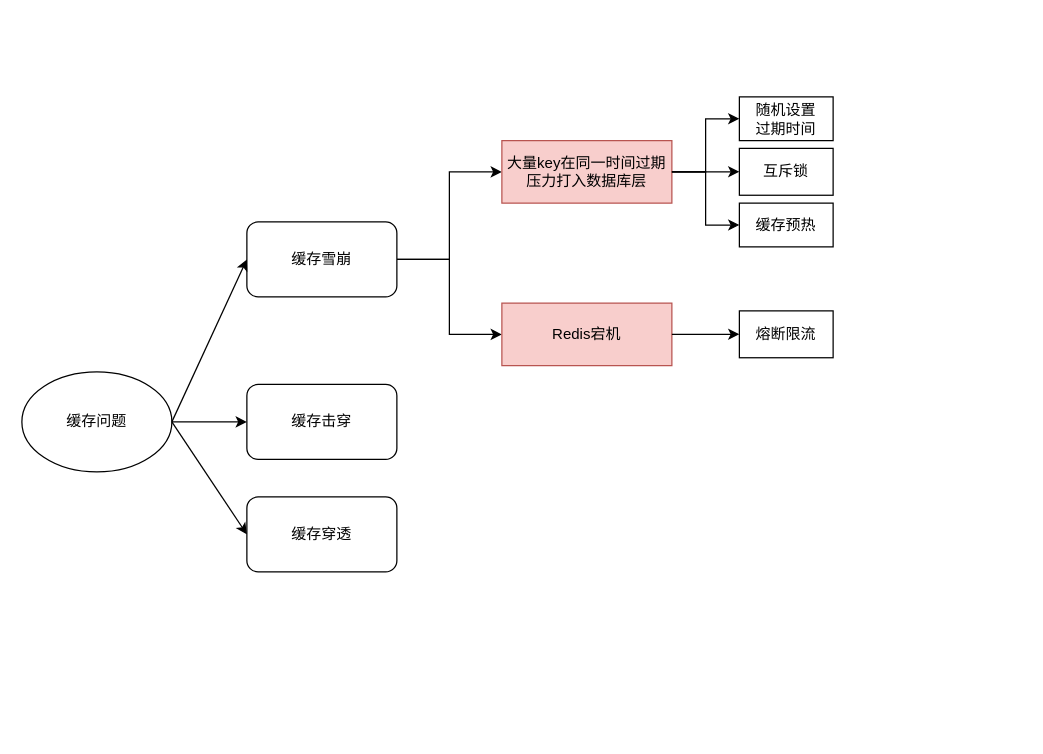
Before: Redis缓存.drawio in 1155200424/diagrams, a draw.io diagram. Source tidied: cells renumbered, new cells numbered last; positions are measured from the earlier drawing's top-left corner, leaving out a move shared by most shapes. Both pictures are drawn from the tidied source at 125%, with x=0, y=0 at pixel (21, 96).
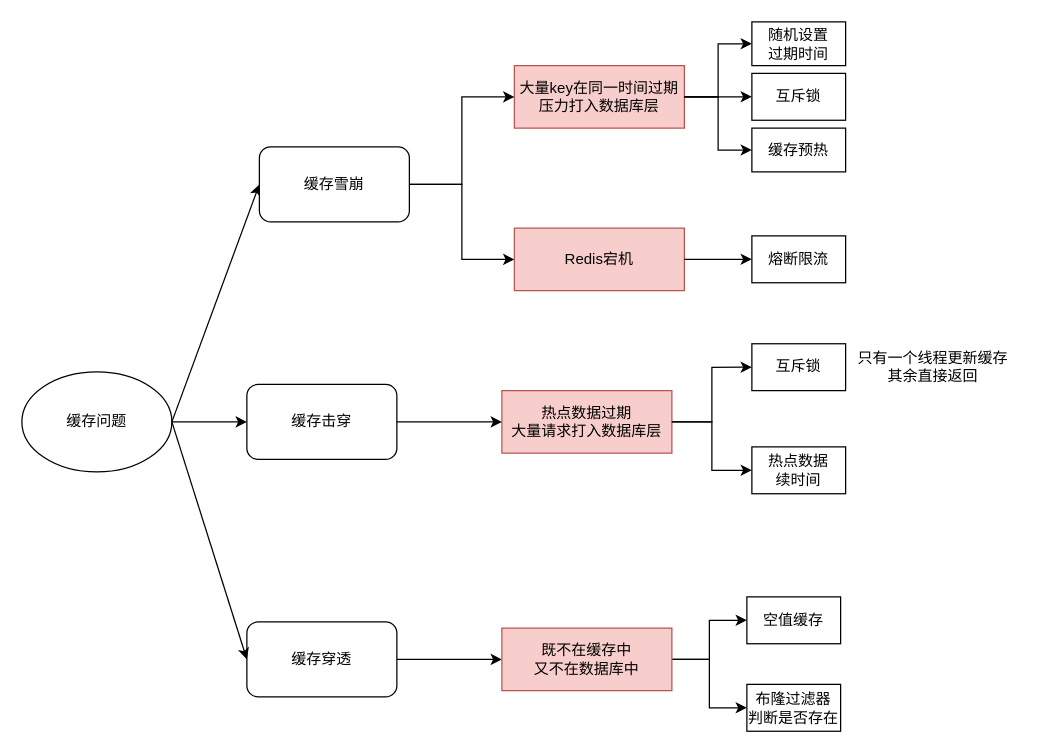
Above is the later version.

Diff of the diagram source:
```diff
@@
-    <mxCell id="3" value="缓存击穿" style="rounded=1;whiteSpace=wrap;html=1;" parent="1" vertex="1">
-      <mxGeometry x="180" y="230" width="120" height="60" as="geometry" />
-    </mxCell>
-    <mxCell id="4" style="edgeStyle=orthogonalEdgeStyle;rounded=0;jettySize=auto;html=1;exitX=1;exitY=0.5;exitDx=0;exitDy=0;entryX=0;entryY=0.5;entryDx=0;entryDy=0;" parent="1" edge="1" source="6" target="12">
-      <mxGeometry relative="1" as="geometry" />
-    </mxCell>
-    <mxCell id="5" style="edgeStyle=orthogonalEdgeStyle;rounded=0;jettySize=auto;html=1;exitX=1;exitY=0.5;exitDx=0;exitDy=0;entryX=0;entryY=0.5;entryDx=0;entryDy=0;" parent="1" edge="1" source="6" target="20">
-      <mxGeometry relative="1" as="geometry" />
-    </mxCell>
-    <mxCell id="6" value="缓存雪崩" style="rounded=1;whiteSpace=wrap;html=1;" parent="1" vertex="1">
-      <mxGeometry x="180" y="100" width="120" height="60" as="geometry" />
-    </mxCell>
+    <mxCell id="23" style="edgeStyle=orthogonalEdgeStyle;rounded=0;jettySize=auto;html=1;exitX=1;exitY=0.5;exitDx=0;exitDy=0;entryX=0;entryY=0.5;entryDx=0;entryDy=0;" parent="1" edge="1" source="7" target="36">
+      <mxGeometry relative="1" as="geometry" />
+    </mxCell>
     <mxCell id="7" value="缓存穿透" style="rounded=1;whiteSpace=wrap;html=1;" parent="1" vertex="1">
-      <mxGeometry x="180" y="320" width="120" height="60" as="geometry" />
+      <mxGeometry x="180" y="420" width="120" height="60" as="geometry" />
     </mxCell>
@@
+    <mxCell id="24" style="group;" parent="1" vertex="1">
+      <mxGeometry x="190" y="-60" width="469" height="160" as="geometry" />
+    </mxCell>
+    <mxCell id="6" value="缓存雪崩" style="rounded=1;whiteSpace=wrap;html=1;" parent="24" vertex="1">
+      <mxGeometry y="100" width="120" height="60" as="geometry" />
+    </mxCell>
-    <mxCell id="11" style="group;" parent="1" vertex="1">
-      <mxGeometry x="384" width="265" height="120" as="geometry" />
+    <mxCell id="11" style="group;" parent="24" vertex="1">
+      <mxGeometry x="204" width="265" height="120" as="geometry" />
     </mxCell>
-    <mxCell id="12" value="大量key在同一时间过期&lt;br&gt;压力打入数据库层" style="text;html=1;align=center;verticalAlign=middle;whiteSpace=wrap;rounded=0;fillColor=#f8cecc;strokeColor=#b85450;" parent="11" vertex="1">
+    <mxCell id="12" value="大量key在同一时间过期&lt;br style=&quot;border-color: var(--border-color);&quot;&gt;压力打入数据库层" style="text;html=1;align=center;verticalAlign=middle;whiteSpace=wrap;rounded=0;fillColor=#f8cecc;strokeColor=#b85450;" parent="11" vertex="1">
       <mxGeometry y="35" width="136" height="50" as="geometry" />
     </mxCell>
@@
-    <mxCell id="19" style="group;" parent="1" vertex="1">
-      <mxGeometry x="384" y="130" width="265" height="120" as="geometry" />
-    </mxCell>
+    <mxCell id="4" style="edgeStyle=orthogonalEdgeStyle;rounded=0;jettySize=auto;html=1;exitX=1;exitY=0.5;exitDx=0;exitDy=0;entryX=0;entryY=0.5;entryDx=0;entryDy=0;" parent="24" edge="1" source="6" target="12">
+      <mxGeometry relative="1" as="geometry" />
+    </mxCell>
+    <mxCell id="5" style="edgeStyle=orthogonalEdgeStyle;rounded=0;jettySize=auto;html=1;exitX=1;exitY=0.5;exitDx=0;exitDy=0;entryX=0;entryY=0.5;entryDx=0;entryDy=0;" parent="1" edge="1" source="6" target="20">
+      <mxGeometry relative="1" as="geometry" />
+    </mxCell>
+    <mxCell id="25" style="group;" parent="1" vertex="1">
+      <mxGeometry x="394" y="105" width="265" height="50" as="geometry" />
+    </mxCell>
-    <mxCell id="20" value="Redis宕机" style="text;html=1;align=center;verticalAlign=middle;whiteSpace=wrap;rounded=0;fillColor=#f8cecc;strokeColor=#b85450;" parent="19" vertex="1">
-      <mxGeometry y="35" width="136" height="50" as="geometry" />
+    <mxCell id="20" value="Redis宕机" style="text;html=1;align=center;verticalAlign=middle;whiteSpace=wrap;rounded=0;fillColor=#f8cecc;strokeColor=#b85450;" parent="25" vertex="1">
+      <mxGeometry width="136" height="50" as="geometry" />
     </mxCell>
-    <mxCell id="21" value="熔断限流" style="rounded=0;whiteSpace=wrap;html=1;" parent="19" vertex="1">
-      <mxGeometry x="190" y="41.2" width="75" height="37.5" as="geometry" />
+    <mxCell id="21" value="熔断限流" style="rounded=0;whiteSpace=wrap;html=1;" parent="25" vertex="1">
+      <mxGeometry x="190" y="6.2" width="75" height="37.5" as="geometry" />
     </mxCell>
-    <mxCell id="22" style="edgeStyle=orthogonalEdgeStyle;rounded=0;jettySize=auto;html=1;exitX=1;exitY=0.5;exitDx=0;exitDy=0;entryX=0;entryY=0.5;entryDx=0;entryDy=0;" parent="19" edge="1" source="20" target="21">
+    <mxCell id="22" style="edgeStyle=orthogonalEdgeStyle;rounded=0;jettySize=auto;html=1;exitX=1;exitY=0.5;exitDx=0;exitDy=0;entryX=0;entryY=0.5;entryDx=0;entryDy=0;" parent="25" edge="1" source="20" target="21">
       <mxGeometry relative="1" as="geometry" />
     </mxCell>
+    <mxCell id="26" style="group;" parent="1" vertex="1">
+      <mxGeometry x="180" y="197.5" width="619" height="120" as="geometry" />
+    </mxCell>
+    <mxCell id="3" value="缓存击穿" style="rounded=1;whiteSpace=wrap;html=1;" parent="26" vertex="1">
+      <mxGeometry y="32.5" width="120" height="60" as="geometry" />
+    </mxCell>
+    <mxCell id="27" value="热点数据过期&lt;br&gt;大量请求打入数据库层" style="text;html=1;align=center;verticalAlign=middle;whiteSpace=wrap;rounded=0;fillColor=#f8cecc;strokeColor=#b85450;" parent="26" vertex="1">
+      <mxGeometry x="204" y="37.5" width="136" height="50" as="geometry" />
+    </mxCell>
+    <mxCell id="28" style="edgeStyle=orthogonalEdgeStyle;rounded=0;jettySize=auto;html=1;exitX=1;exitY=0.5;exitDx=0;exitDy=0;entryX=0;entryY=0.5;entryDx=0;entryDy=0;" parent="26" edge="1" source="3" target="27">
+      <mxGeometry relative="1" as="geometry" />
+    </mxCell>
+    <mxCell id="29" value="互斥锁" style="rounded=0;whiteSpace=wrap;html=1;" parent="26" vertex="1">
+      <mxGeometry x="404" width="75" height="37.5" as="geometry" />
+    </mxCell>
+    <mxCell id="30" style="edgeStyle=orthogonalEdgeStyle;rounded=0;jettySize=auto;html=1;exitX=1;exitY=0.5;exitDx=0;exitDy=0;entryX=0;entryY=0.5;entryDx=0;entryDy=0;" parent="26" edge="1" source="27" target="29">
+      <mxGeometry relative="1" as="geometry" />
+    </mxCell>
+    <mxCell id="31" value="只有一个线程更新缓存&lt;br&gt;其余直接返回" style="text;html=1;align=center;verticalAlign=middle;whiteSpace=wrap;rounded=0;" parent="26" vertex="1">
+      <mxGeometry x="479" y="3.2" width="140" height="31" as="geometry" />
+    </mxCell>
+    <mxCell id="32" value="热点数据&lt;br&gt;续时间" style="rounded=0;whiteSpace=wrap;html=1;" parent="26" vertex="1">
+      <mxGeometry x="404" y="82.5" width="75" height="37.5" as="geometry" />
+    </mxCell>
+    <mxCell id="33" style="edgeStyle=orthogonalEdgeStyle;rounded=0;jettySize=auto;html=1;exitX=1;exitY=0.5;exitDx=0;exitDy=0;entryX=0;entryY=0.5;entryDx=0;entryDy=0;" parent="26" edge="1" source="27" target="32">
+      <mxGeometry relative="1" as="geometry" />
+    </mxCell>
+    <mxCell id="34" style="edgeStyle=orthogonalEdgeStyle;rounded=0;jettySize=auto;html=1;exitX=1;exitY=0.5;exitDx=0;exitDy=0;entryX=0;entryY=0.5;entryDx=0;entryDy=0;" parent="1" edge="1" source="36" target="37">
+      <mxGeometry relative="1" as="geometry" />
+    </mxCell>
+    <mxCell id="35" style="edgeStyle=orthogonalEdgeStyle;rounded=0;jettySize=auto;html=1;exitX=1;exitY=0.5;exitDx=0;exitDy=0;entryX=0;entryY=0.5;entryDx=0;entryDy=0;" parent="1" edge="1" source="36" target="38">
+      <mxGeometry relative="1" as="geometry" />
+    </mxCell>
+    <mxCell id="36" value="既不在缓存中&lt;br&gt;又不在数据库中" style="text;html=1;align=center;verticalAlign=middle;whiteSpace=wrap;rounded=0;fillColor=#f8cecc;strokeColor=#b85450;" parent="1" vertex="1">
+      <mxGeometry x="384" y="425" width="136" height="50" as="geometry" />
+    </mxCell>
+    <mxCell id="37" value="空值缓存" style="rounded=0;whiteSpace=wrap;html=1;" parent="1" vertex="1">
+      <mxGeometry x="580" y="400" width="75" height="37.5" as="geometry" />
+    </mxCell>
+    <mxCell id="38" value="布隆过滤器&lt;br&gt;判断是否存在" style="rounded=0;whiteSpace=wrap;html=1;" parent="1" vertex="1">
+      <mxGeometry x="580" y="470" width="75" height="37.5" as="geometry" />
+    </mxCell>
```
